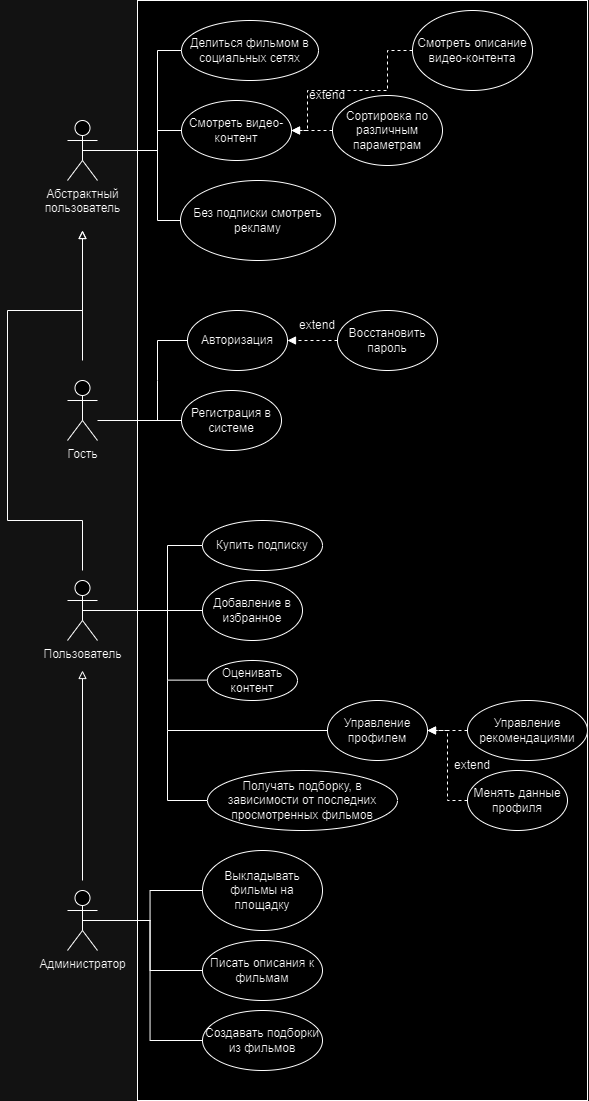
Above: lab1/pic/schema.png in ta4ilka69/Fundamentals-of-Software-Engineering (draw.io), before the change. Source tidied: cells renumbered, new cells last; positions are measured from the earlier drawing's top-left corner, leaving out a move shared by most shapes.
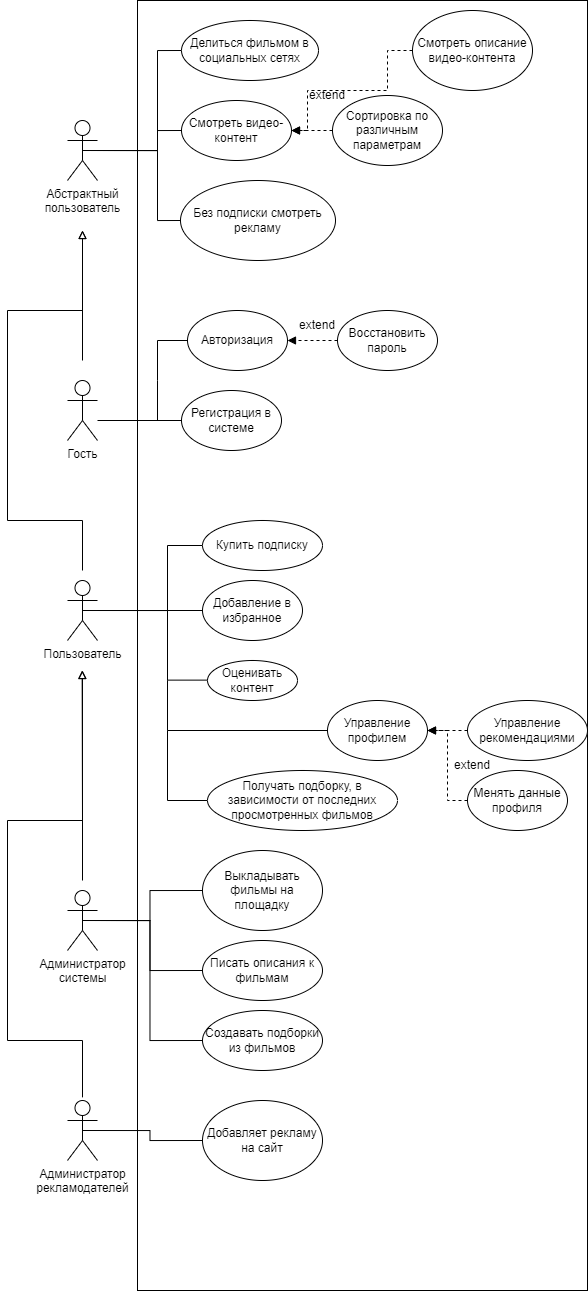
The same file after the commit.

Diff of the diagram source:
```diff
@@ -3,7 +3,7 @@
     <mxCell id="0" />
     <mxCell id="1" parent="0" />
     <mxCell id="2" style="rounded=0;whiteSpace=wrap;html=1;" parent="1" vertex="1">
-      <mxGeometry x="130" width="450" height="1100" as="geometry" />
+      <mxGeometry x="130" width="450" height="1290" as="geometry" />
     </mxCell>
     <mxCell id="3" value="Гость" style="shape=umlActor;verticalLabelPosition=bottom;verticalAlign=top;html=1;" parent="1" vertex="1">
       <mxGeometry x="60" y="380" width="30" height="60" as="geometry" />
@@ -147,7 +147,7 @@
     <mxCell id="32" style="edgeStyle=orthogonalEdgeStyle;rounded=0;jettySize=auto;html=1;exitX=0.5;exitY=0.5;exitDx=0;exitDy=0;exitPerimeter=0;entryX=0;entryY=0.5;entryDx=0;entryDy=0;endArrow=none;endFill=0;" parent="1" edge="1" source="33" target="36">
       <mxGeometry relative="1" as="geometry" />
     </mxCell>
-    <mxCell id="33" value="Администратор" style="shape=umlActor;verticalLabelPosition=bottom;verticalAlign=top;html=1;outlineConnect=0;" parent="1" vertex="1">
+    <mxCell id="33" value="Администратор&lt;div&gt;системы&lt;/div&gt;" style="shape=umlActor;verticalLabelPosition=bottom;verticalAlign=top;html=1;outlineConnect=0;" parent="1" vertex="1">
       <mxGeometry x="60" y="890" width="30" height="60" as="geometry" />
     </mxCell>
     <mxCell id="34" value="Выкладывать фильмы на площадку" style="ellipse;whiteSpace=wrap;html=1;" parent="1" vertex="1">
@@ -238,5 +238,26 @@
     <mxCell id="53" value="Делиться фильмом в социальных сетях" style="ellipse;whiteSpace=wrap;html=1;" parent="1" vertex="1">
       <mxGeometry x="174" y="20" width="137" height="60" as="geometry" />
     </mxCell>
+    <mxCell id="54" style="edgeStyle=orthogonalEdgeStyle;rounded=0;jettySize=auto;html=1;exitX=0.5;exitY=0.5;exitDx=0;exitDy=0;exitPerimeter=0;entryX=0;entryY=0.5;entryDx=0;entryDy=0;endArrow=none;endFill=0;" parent="1" edge="1" source="55" target="57">
+      <mxGeometry relative="1" as="geometry" />
+    </mxCell>
+    <mxCell id="55" value="Администратор&lt;div&gt;рекламодателей&lt;/div&gt;&lt;div&gt;&lt;br&gt;&lt;/div&gt;" style="shape=umlActor;verticalLabelPosition=bottom;verticalAlign=top;html=1;outlineConnect=0;" parent="1" vertex="1">
+      <mxGeometry x="60" y="1100" width="30" height="60" as="geometry" />
+    </mxCell>
+    <mxCell id="56" style="endArrow=block;html=1;rounded=0;endFill=0;" parent="1" edge="1">
+      <mxGeometry relative="1" as="geometry">
+        <mxPoint x="75" y="1096.9" as="sourcePoint" />
+        <mxPoint x="74.6" y="670" as="targetPoint" />
+        <Array as="points">
+          <mxPoint x="75" y="1040" />
+          <mxPoint y="1040" />
+          <mxPoint y="820" />
+          <mxPoint x="75" y="820" />
+        </Array>
+      </mxGeometry>
+    </mxCell>
+    <mxCell id="57" value="Добавляет рекламу на сайт" style="ellipse;whiteSpace=wrap;html=1;" parent="1" vertex="1">
+      <mxGeometry x="195" y="1100" width="120" height="80" as="geometry" />
+    </mxCell>
   </root>
 </mxGraphModel>
```
